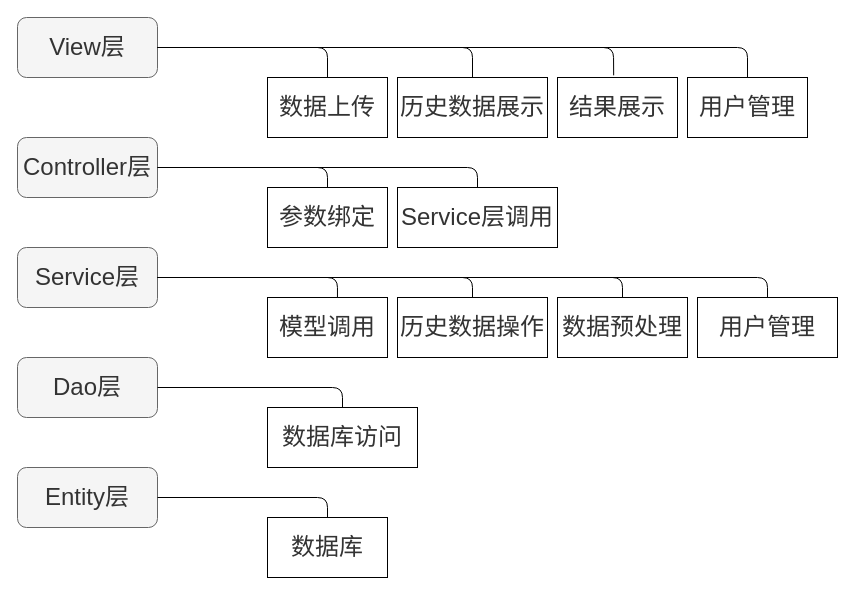
Before: springMVC架构.drawio in AddsionPaPa/NLP, a draw.io diagram. Source tidied: cells renumbered, new cells numbered last; positions are measured from the earlier drawing's top-left corner, leaving out a move shared by most shapes. Both pictures are drawn from the tidied source at 100%, with x=0, y=0 at pixel (17, 17).
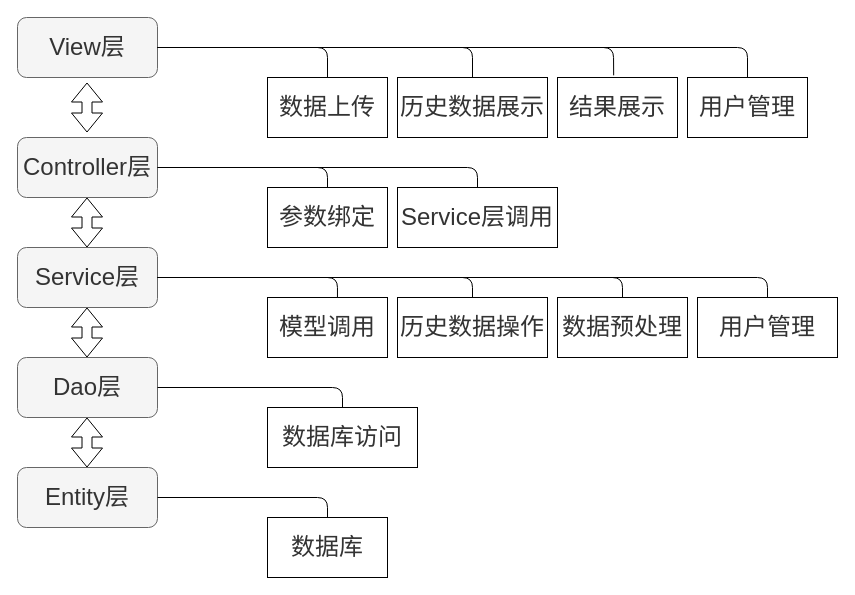
Above is the later version.

The edit, as a diff of the source:
```diff
@@
+    <mxCell id="31" style="shape=flexArrow;endArrow=classic;startArrow=classic;html=1;" parent="1" edge="1">
+      <mxGeometry relative="1" as="geometry">
+        <mxPoint x="69.5" y="115" as="sourcePoint" />
+        <mxPoint x="69.5" y="65" as="targetPoint" />
+      </mxGeometry>
+    </mxCell>
+    <mxCell id="32" style="shape=flexArrow;endArrow=classic;startArrow=classic;html=1;" parent="1" edge="1">
+      <mxGeometry relative="1" as="geometry">
+        <mxPoint x="69.5" y="230" as="sourcePoint" />
+        <mxPoint x="69.5" y="180" as="targetPoint" />
+      </mxGeometry>
+    </mxCell>
+    <mxCell id="33" style="shape=flexArrow;endArrow=classic;startArrow=classic;html=1;" parent="1" edge="1">
+      <mxGeometry relative="1" as="geometry">
+        <mxPoint x="69.5" y="340" as="sourcePoint" />
+        <mxPoint x="69.5" y="290" as="targetPoint" />
+      </mxGeometry>
+    </mxCell>
+    <mxCell id="34" style="shape=flexArrow;endArrow=classic;startArrow=classic;html=1;" parent="1" edge="1">
+      <mxGeometry relative="1" as="geometry">
+        <mxPoint x="69.5" y="450" as="sourcePoint" />
+        <mxPoint x="69.5" y="400" as="targetPoint" />
+      </mxGeometry>
+    </mxCell>
```
